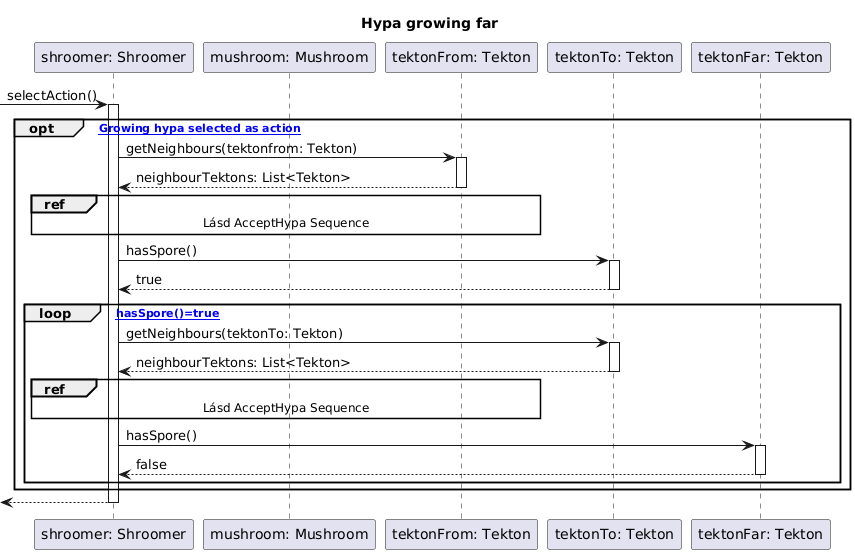
Above: UML/sequence diagrams/Hypagrowfar.png in Darknet500/Pandora-Fungis (PlantUML), before the change. The source it was exported from:
```plantuml
@startuml
title Hypa growing far
participant "shroomer: Shroomer" as Shroomer

participant "mushroom: Mushroom" as Mushroom
participant "tektonFrom: Tekton" as Tekton
participant "tektonTo: Tekton" as Tektonto
participant "tektonFar: Tekton" as Tektonfar


    -> Shroomer: selectAction()
    activate Shroomer

opt [asd Growing hypa selected as action]
    Shroomer -> Tekton : getNeighbours(tektonfrom: Tekton)
    activate Tekton
    Tekton --> Shroomer: neighbourTektons: List<Tekton>
    deactivate Tekton
    ref over Shroomer, Tekton: Lásd AcceptHypa Sequence
    Shroomer -> Tektonto:  hasSpore()
    activate Tektonto
    Tektonto --> Shroomer: true
    deactivate Tektonto


    loop [hasSpore()=true]
        Shroomer -> Tektonto : getNeighbours(tektonTo: Tekton)
        activate Tektonto
        Tektonto --> Shroomer: neighbourTektons: List<Tekton>
        deactivate Tektonto
        ref over Shroomer, Tekton: Lásd AcceptHypa Sequence
        Shroomer -> Tektonfar: hasSpore()
        activate Tektonfar
        Tektonfar --> Shroomer: false
        deactivate Tektonfar

    end


end

    <-- Shroomer
    deactivate Shroomer
@enduml
```
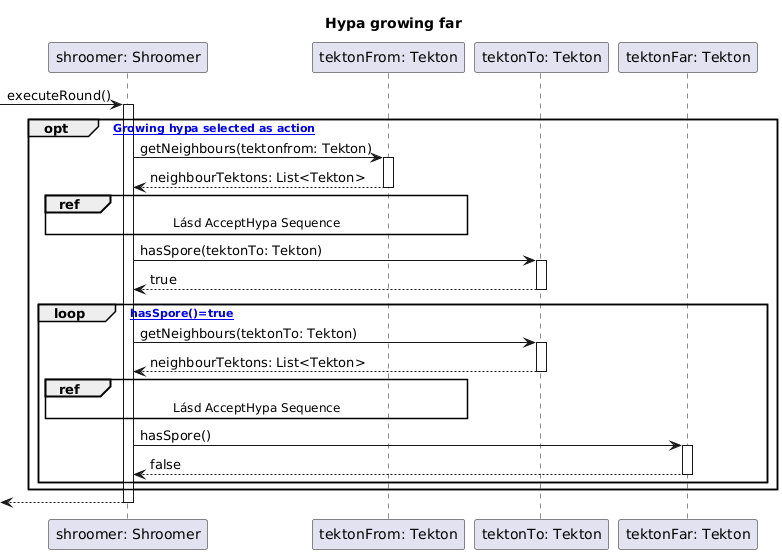
Above is the later version.

Commit message:
Hypa diagrams

What changed in the source:
```diff
@@ -2,13 +2,11 @@
 title Hypa growing far
 participant "shroomer: Shroomer" as Shroomer
 
-participant "mushroom: Mushroom" as Mushroom
 participant "tektonFrom: Tekton" as Tekton
 participant "tektonTo: Tekton" as Tektonto
 participant "tektonFar: Tekton" as Tektonfar
 
-
-    -> Shroomer: selectAction()
+    -> Shroomer: executeRound()
     activate Shroomer
 
 opt [asd Growing hypa selected as action]
@@ -16,27 +14,24 @@
     activate Tekton
     Tekton --> Shroomer: neighbourTektons: List<Tekton>
     deactivate Tekton
-    ref over Shroomer, Tekton: Lásd AcceptHypa Sequence
-    Shroomer -> Tektonto:  hasSpore()
+ ref over Shroomer, Tekton: Lásd AcceptHypa Sequence
+    Shroomer -> Tektonto:  hasSpore(tektonTo: Tekton)
     activate Tektonto
     Tektonto --> Shroomer: true
     deactivate Tektonto
-
 
     loop [hasSpore()=true]
         Shroomer -> Tektonto : getNeighbours(tektonTo: Tekton)
         activate Tektonto
         Tektonto --> Shroomer: neighbourTektons: List<Tekton>
         deactivate Tektonto
-        ref over Shroomer, Tekton: Lásd AcceptHypa Sequence
+    ref over Shroomer, Tekton: Lásd AcceptHypa Sequence
         Shroomer -> Tektonfar: hasSpore()
         activate Tektonfar
         Tektonfar --> Shroomer: false
         deactivate Tektonfar
 
     end
-
-
 end
 
     <-- Shroomer
```
